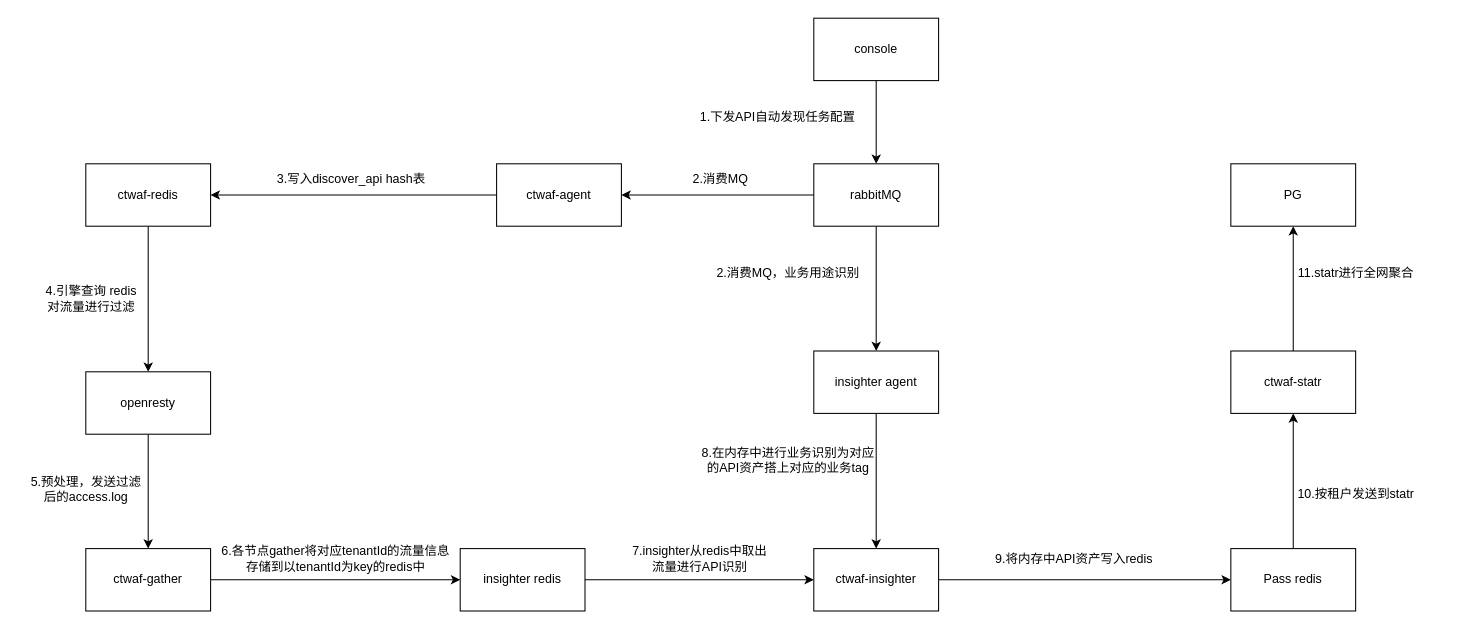
allurelzh/flask_demo keeps this draw.io diagram as 未命名绘图.drawio. Above is the earlier version. Source tidied: cells renumbered, new cells numbered last; positions are measured from the earlier drawing's top-left corner, leaving out a move shared by most shapes. Both pictures are drawn from the tidied source at 104%, with x=0, y=0 at pixel (18, 18).
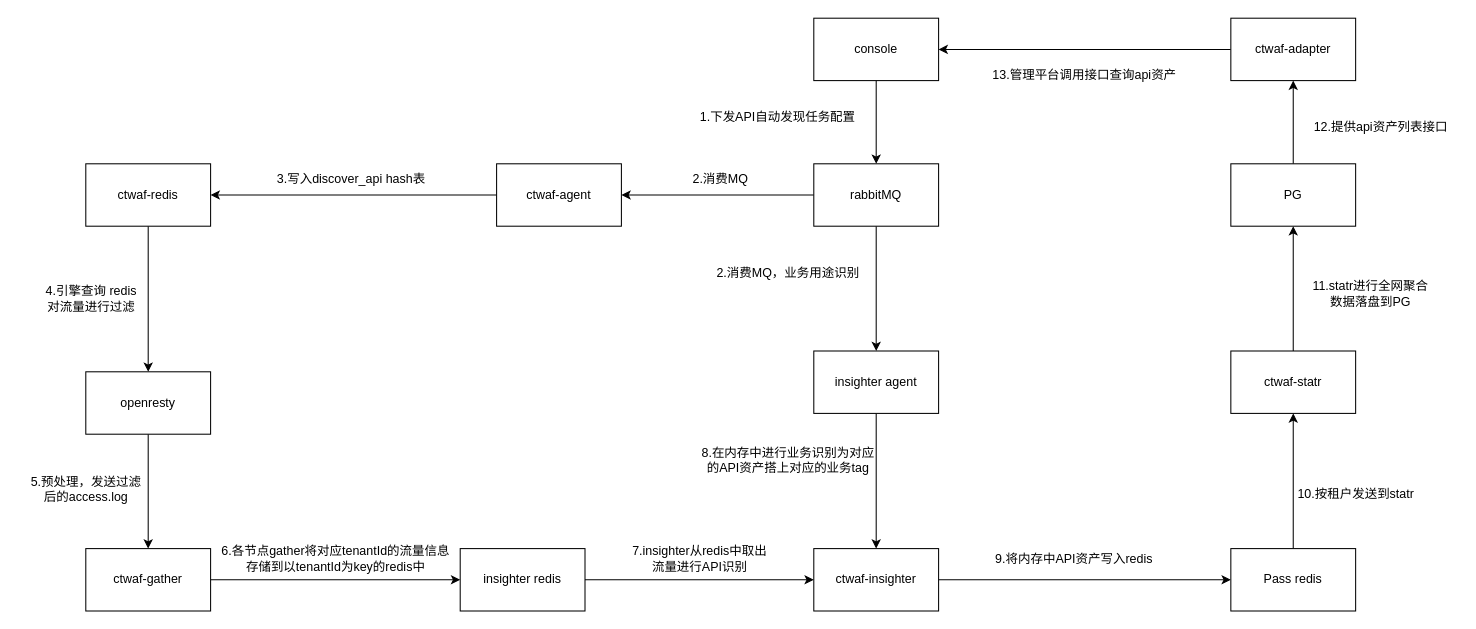
Above is the later version.

Commit message (it also covers changes not shown here):
更新未命名绘图.drawio

The change refers to these unchanged cells:
```xml
<mxCell id="7" value="console" style="rounded=0;whiteSpace=wrap;html=1;" parent="1" vertex="1">
  <mxGeometry x="765" width="120" height="60" as="geometry" />
</mxCell>
<mxCell id="36" value="PG" style="rounded=0;whiteSpace=wrap;html=1;" parent="1" vertex="1">
  <mxGeometry x="1166" y="140" width="120" height="60" as="geometry" />
</mxCell>
```

What changed in the source:
```diff
@@
+    <mxCell id="38" style="edgeStyle=orthogonalEdgeStyle;rounded=0;jettySize=auto;html=1;exitX=0.5;exitY=0;exitDx=0;exitDy=0;entryX=0.5;entryY=1;entryDx=0;entryDy=0;" parent="1" edge="1" source="36" target="40">
+      <mxGeometry relative="1" as="geometry" />
+    </mxCell>
@@
-    <mxCell id="37" value="11.statr进行全网聚合" style="text;html=1;align=center;verticalAlign=middle;strokeColor=none;fillColor=none;" parent="1" vertex="1">
-      <mxGeometry x="1221" y="230" width="130" height="30" as="geometry" />
+    <mxCell id="37" value="11.statr进行全网聚合&lt;div&gt;数据落盘到PG&lt;/div&gt;" style="text;html=1;align=center;verticalAlign=middle;strokeColor=none;fillColor=none;" parent="1" vertex="1">
+      <mxGeometry x="1235" y="245" width="130" height="40" as="geometry" />
     </mxCell>
+    <mxCell id="39" style="edgeStyle=orthogonalEdgeStyle;rounded=0;jettySize=auto;html=1;exitX=0;exitY=0.5;exitDx=0;exitDy=0;entryX=1;entryY=0.5;entryDx=0;entryDy=0;" parent="1" edge="1" source="40" target="7">
+      <mxGeometry relative="1" as="geometry" />
+    </mxCell>
+    <mxCell id="40" value="ctwaf-adapter" style="rounded=0;whiteSpace=wrap;html=1;" parent="1" vertex="1">
+      <mxGeometry x="1166" width="120" height="60" as="geometry" />
+    </mxCell>
+    <mxCell id="41" value="12.提供api资产列表接口" style="text;html=1;align=center;verticalAlign=middle;strokeColor=none;fillColor=none;" parent="1" vertex="1">
+      <mxGeometry x="1235" y="90" width="150" height="30" as="geometry" />
+    </mxCell>
+    <mxCell id="42" value="13.管理平台调用接口查询api资产" style="text;html=1;align=center;verticalAlign=middle;strokeColor=none;fillColor=none;" parent="1" vertex="1">
+      <mxGeometry x="925" y="40" width="200" height="30" as="geometry" />
+    </mxCell>
```
